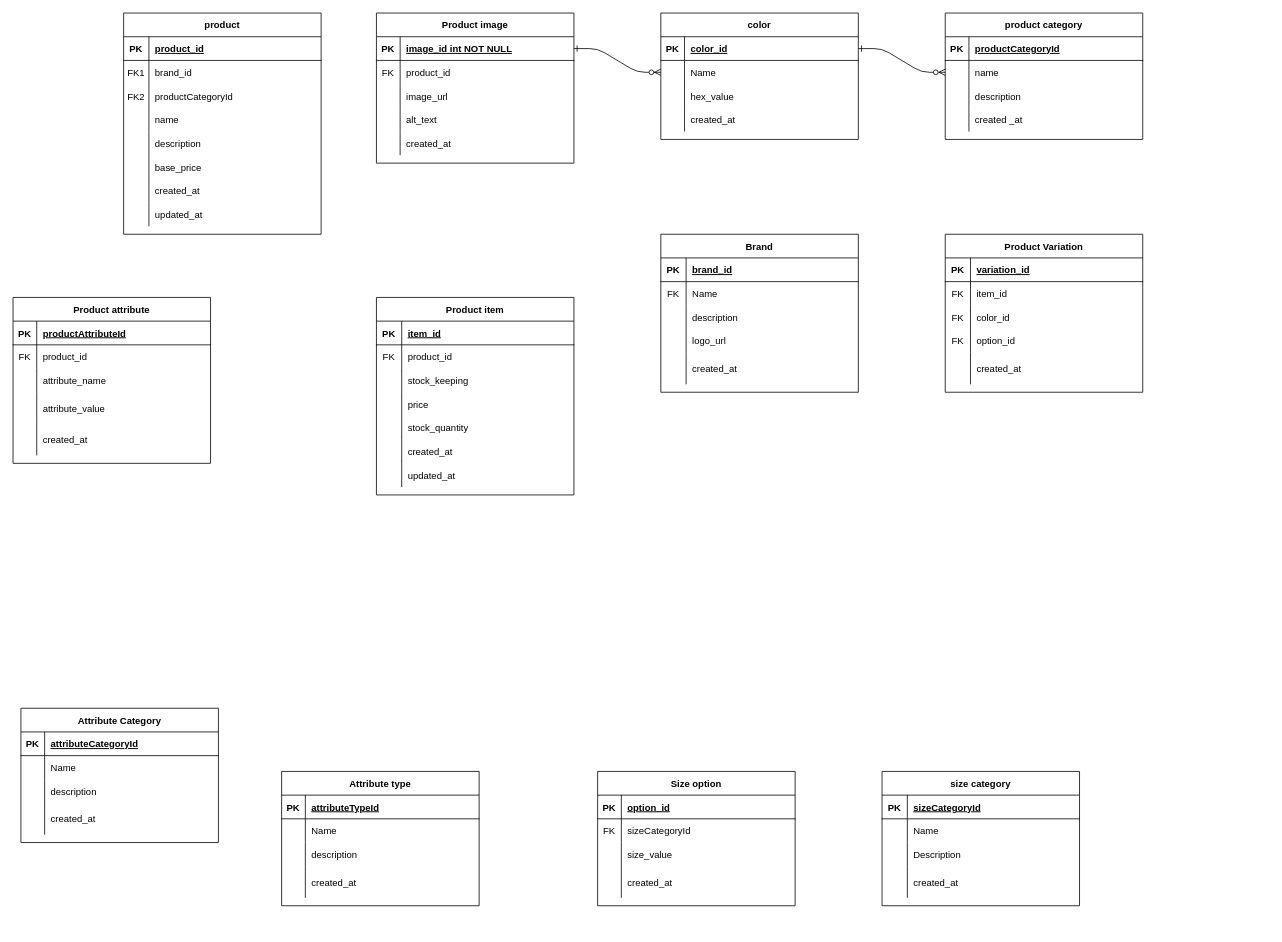
This is ERD E-Coomerce Group work.drawio from Joy-kitet/E-commerceDatabaseGroup244, a draw.io file, before an edit. Source tidied: cells renumbered, new cells numbered last; positions are measured from the earlier drawing's top-left corner, leaving out a move shared by most shapes. Both pictures are drawn from the tidied source at 79%, with x=0, y=0 at pixel (13, 13).
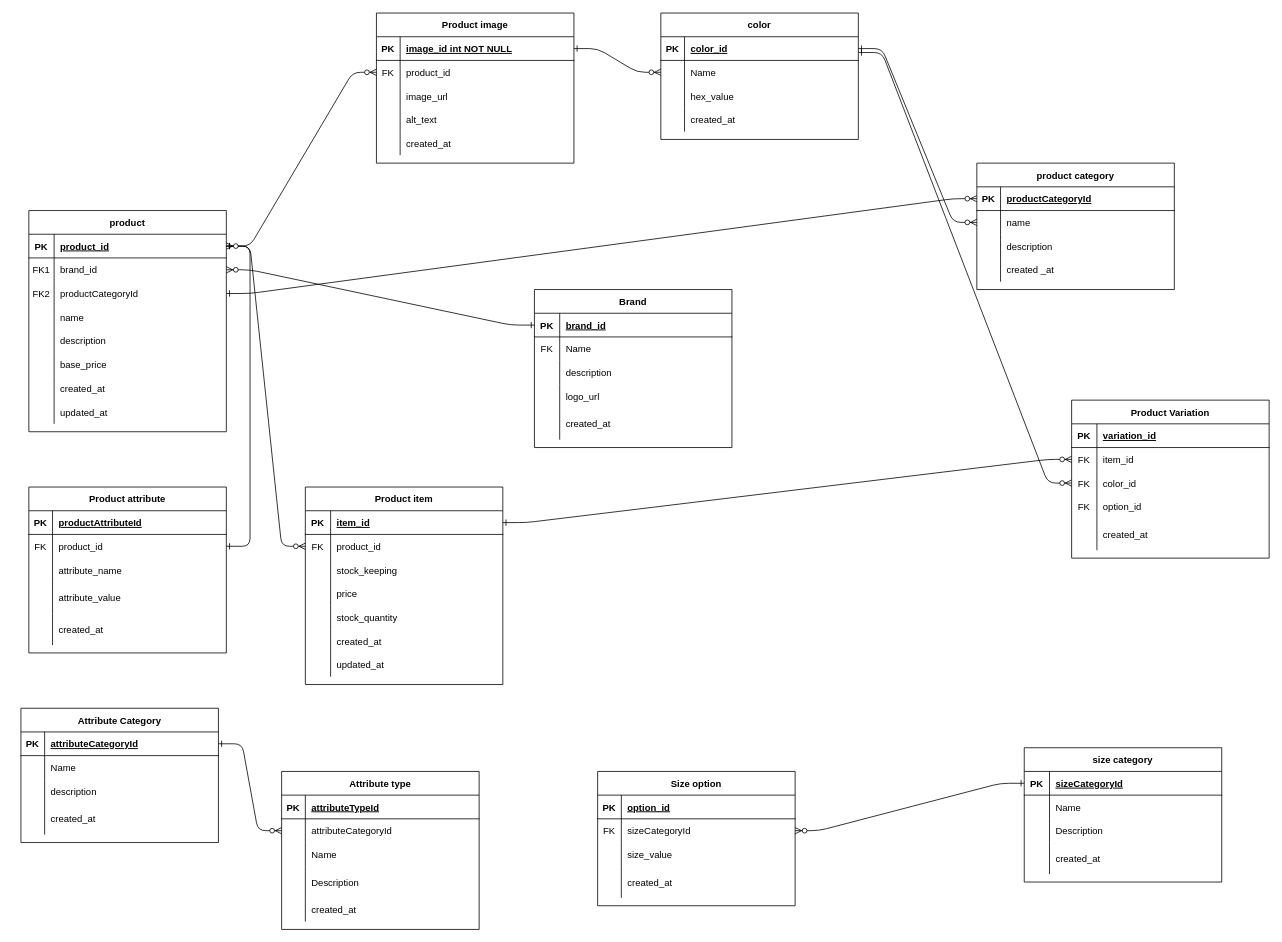
The same diagram, later.

The change refers to these unchanged cells:
```xml
<mxCell id="18" style="shape=partialRectangle;fillColor=none;points=[[0,0.5],[1,0.5]];portConstraint=eastwest;top=0;left=0;right=0;bottom=1;" parent="17" vertex="1">
  <mxGeometry y="30" width="250" height="30" as="geometry" />
</mxCell>
<mxCell id="34" style="shape=partialRectangle;fillColor=none;points=[[0,0.5],[1,0.5]];portConstraint=eastwest;top=0;left=0;right=0;bottom=0;" parent="30" vertex="1">
  <mxGeometry y="60" width="250" height="30" as="geometry" />
</mxCell>
<mxCell id="47" style="shape=partialRectangle;fillColor=none;points=[[0,0.5],[1,0.5]];portConstraint=eastwest;top=0;left=0;right=0;bottom=1;" parent="46" vertex="1">
  <mxGeometry y="30" width="250" height="30" as="geometry" />
</mxCell>
<mxCell id="50" style="shape=partialRectangle;fillColor=none;points=[[0,0.5],[1,0.5]];portConstraint=eastwest;top=0;left=0;right=0;bottom=0;" parent="46" vertex="1">
  <mxGeometry y="60" width="250" height="30" as="geometry" />
</mxCell>
<mxCell id="53" style="shape=partialRectangle;fillColor=none;points=[[0,0.5],[1,0.5]];portConstraint=eastwest;top=0;left=0;right=0;bottom=0;" parent="46" vertex="1">
  <mxGeometry y="90" width="250" height="30" as="geometry" />
</mxCell>
<mxCell id="72" style="shape=partialRectangle;fillColor=none;points=[[0,0.5],[1,0.5]];portConstraint=eastwest;top=0;left=0;right=0;bottom=1;" parent="71" vertex="1">
  <mxGeometry y="30" width="250" height="30" as="geometry" />
</mxCell>
<mxCell id="75" style="shape=partialRectangle;fillColor=none;points=[[0,0.5],[1,0.5]];portConstraint=eastwest;top=0;left=0;right=0;bottom=0;" parent="71" vertex="1">
  <mxGeometry y="60" width="250" height="30" as="geometry" />
</mxCell>
<mxCell id="94" style="shape=partialRectangle;fillColor=none;points=[[0,0.5],[1,0.5]];portConstraint=eastwest;top=0;left=0;right=0;bottom=1;" parent="93" vertex="1">
  <mxGeometry y="30" width="250" height="30" as="geometry" />
</mxCell>
<mxCell id="113" style="shape=partialRectangle;fillColor=none;points=[[0,0.5],[1,0.5]];portConstraint=eastwest;top=0;left=0;right=0;bottom=0;" parent="109" vertex="1">
  <mxGeometry y="60" width="250" height="30" as="geometry" />
</mxCell>
<mxCell id="116" style="shape=partialRectangle;fillColor=none;points=[[0,0.5],[1,0.5]];portConstraint=eastwest;top=0;left=0;right=0;bottom=0;" parent="109" vertex="1">
  <mxGeometry y="90" width="250" height="30" as="geometry" />
</mxCell>
<mxCell id="126" style="shape=partialRectangle;fillColor=none;points=[[0,0.5],[1,0.5]];portConstraint=eastwest;top=0;left=0;right=0;bottom=1;" parent="125" vertex="1">
  <mxGeometry y="30" width="250" height="30" as="geometry" />
</mxCell>
<mxCell id="142" style="shape=partialRectangle;fillColor=none;points=[[0,0.5],[1,0.5]];portConstraint=eastwest;top=0;left=0;right=0;bottom=0;" parent="138" vertex="1">
  <mxGeometry y="60" width="250" height="30" as="geometry" />
</mxCell>
<mxCell id="155" style="shape=partialRectangle;fillColor=none;points=[[0,0.5],[1,0.5]];portConstraint=eastwest;top=0;left=0;right=0;bottom=0;" parent="151" vertex="1">
  <mxGeometry y="60" width="250" height="30" as="geometry" />
</mxCell>
<mxCell id="168" style="shape=partialRectangle;fillColor=none;points=[[0,0.5],[1,0.5]];portConstraint=eastwest;top=0;left=0;right=0;bottom=1;" parent="167" vertex="1">
  <mxGeometry y="30" width="250" height="30" as="geometry" />
</mxCell>
<mxCell id="184" style="shape=partialRectangle;fillColor=none;points=[[0,0.5],[1,0.5]];portConstraint=eastwest;top=0;left=0;right=0;bottom=0;" parent="180" vertex="1">
  <mxGeometry y="60" width="250" height="30" as="geometry" />
</mxCell>
<mxCell id="187" style="shape=partialRectangle;fillColor=none;top=0;left=0;right=0;bottom=0;" parent="180" vertex="1">
  <mxGeometry y="90" width="250" height="30" as="geometry" />
</mxCell>
<mxCell id="190" style="shape=partialRectangle;fillColor=none;top=0;left=0;right=0;bottom=0;" parent="180" vertex="1">
  <mxGeometry y="120" width="250" height="40" as="geometry" />
</mxCell>
```

What changed in the source:
```diff
@@
     <mxCell id="17" value="product category" style="shape=table;startSize=30;childLayout=tableLayout;rowLines=0;fontStyle=1;align=center;" parent="1" vertex="1">
-      <mxGeometry x="1180" width="250" height="160" as="geometry" />
+      <mxGeometry x="1220" y="190" width="250" height="160" as="geometry" />
     </mxCell>
@@
     <mxCell id="46" value="product" style="shape=table;startSize=30;childLayout=tableLayout;rowLines=0;fontStyle=1;align=center;" parent="1" vertex="1">
-      <mxGeometry x="140" width="250" height="280" as="geometry" />
+      <mxGeometry x="20" y="250" width="250" height="280" as="geometry" />
     </mxCell>
@@
     <mxCell id="71" value="Product item" style="shape=table;startSize=30;childLayout=tableLayout;rowLines=0;fontStyle=1;align=center;" parent="1" vertex="1">
-      <mxGeometry x="460" y="360" width="250" height="250" as="geometry" />
+      <mxGeometry x="370" y="600" width="250" height="250" as="geometry" />
     </mxCell>
@@
     <mxCell id="93" value="Brand" style="shape=table;startSize=30;childLayout=tableLayout;rowLines=0;fontStyle=1;align=center;" parent="1" vertex="1">
-      <mxGeometry x="820" y="280" width="250" height="200" as="geometry" />
+      <mxGeometry x="660" y="350" width="250" height="200" as="geometry" />
     </mxCell>
@@
     <mxCell id="109" value="Product Variation" style="shape=table;startSize=30;childLayout=tableLayout;rowLines=0;fontStyle=1;align=center;" parent="1" vertex="1">
-      <mxGeometry x="1180" y="280" width="250" height="200" as="geometry" />
+      <mxGeometry x="1340" y="490" width="250" height="200" as="geometry" />
     </mxCell>
@@
     <mxCell id="125" value="size category" style="shape=table;startSize=30;childLayout=tableLayout;rowLines=0;fontStyle=1;align=center;" parent="1" vertex="1">
-      <mxGeometry x="1100" y="960" width="250" height="170" as="geometry" />
+      <mxGeometry x="1280" y="930" width="250" height="170" as="geometry" />
     </mxCell>
@@
     <mxCell id="151" value="Product attribute" style="shape=table;startSize=30;childLayout=tableLayout;rowLines=0;fontStyle=1;align=center;" parent="1" vertex="1">
-      <mxGeometry y="360" width="250" height="210" as="geometry" />
+      <mxGeometry x="20" y="600" width="250" height="210" as="geometry" />
     </mxCell>
@@
     <mxCell id="180" value="Attribute type" style="shape=table;startSize=30;childLayout=tableLayout;rowLines=0;fontStyle=1;align=center;" parent="1" vertex="1">
-      <mxGeometry x="340" y="960" width="250" height="170" as="geometry" />
+      <mxGeometry x="340" y="960" width="250" height="200" as="geometry" />
     </mxCell>
@@
-    <mxCell id="186" value="Name" style="shape=partialRectangle;overflow=hidden;fillColor=none;top=0;left=0;bottom=0;right=0;align=left;spacingLeft=6;" parent="184" vertex="1">
+    <mxCell id="186" value="attributeCategoryId" style="shape=partialRectangle;overflow=hidden;fillColor=none;top=0;left=0;bottom=0;right=0;align=left;spacingLeft=6;" parent="184" vertex="1">
       <mxGeometry x="30" width="220" height="30" as="geometry" />
     </mxCell>
@@
-    <mxCell id="189" value="description" style="shape=partialRectangle;overflow=hidden;fillColor=none;top=0;left=0;bottom=0;right=0;align=left;spacingLeft=6;" parent="187" vertex="1">
+    <mxCell id="189" value="Name" style="shape=partialRectangle;overflow=hidden;fillColor=none;top=0;left=0;bottom=0;right=0;align=left;spacingLeft=6;" parent="187" vertex="1">
       <mxGeometry x="30" width="220" height="30" as="geometry" />
     </mxCell>
@@
-    <mxCell id="192" value="created_at" style="shape=partialRectangle;overflow=hidden;fillColor=none;top=0;left=0;bottom=0;right=0;align=left;spacingLeft=6;" parent="190" vertex="1">
+    <mxCell id="192" value="Description" style="shape=partialRectangle;overflow=hidden;fillColor=none;top=0;left=0;bottom=0;right=0;align=left;spacingLeft=6;" parent="190" vertex="1">
       <mxGeometry x="30" width="220" height="40" as="geometry" />
     </mxCell>
+    <mxCell id="193" style="shape=partialRectangle;fillColor=none;top=0;left=0;right=0;bottom=0;" parent="180" vertex="1">
+      <mxGeometry y="160" width="250" height="30" as="geometry" />
+    </mxCell>
+    <mxCell id="194" style="shape=partialRectangle;overflow=hidden;fillColor=none;top=0;left=0;bottom=0;right=0;" parent="193" vertex="1">
+      <mxGeometry width="30" height="30" as="geometry" />
+    </mxCell>
+    <mxCell id="195" value="created_at" style="shape=partialRectangle;overflow=hidden;fillColor=none;top=0;left=0;bottom=0;right=0;align=left;spacingLeft=6;" parent="193" vertex="1">
+      <mxGeometry x="30" width="220" height="30" as="geometry" />
+    </mxCell>
+    <mxCell id="196" style="edgeStyle=entityRelationEdgeStyle;endArrow=ERzeroToMany;startArrow=ERone;endFill=1;startFill=0;entryX=0;entryY=0.5;entryDx=0;entryDy=0;" parent="1" edge="1" source="47" target="34">
+      <mxGeometry relative="1" as="geometry" />
+    </mxCell>
+    <mxCell id="197" style="edgeStyle=entityRelationEdgeStyle;endArrow=ERzeroToMany;startArrow=ERone;endFill=1;startFill=0;" parent="1" edge="1" target="116">
+      <mxGeometry relative="1" as="geometry">
+        <mxPoint x="1070" y="50" as="sourcePoint" />
+      </mxGeometry>
+    </mxCell>
+    <mxCell id="198" style="edgeStyle=entityRelationEdgeStyle;endArrow=ERzeroToMany;startArrow=ERone;endFill=1;startFill=0;" parent="1" edge="1" source="53" target="18">
+      <mxGeometry relative="1" as="geometry">
+        <Array as="points">
+          <mxPoint x="371" y="455" />
+        </Array>
+      </mxGeometry>
+    </mxCell>
+    <mxCell id="199" style="edgeStyle=entityRelationEdgeStyle;endArrow=ERzeroToMany;startArrow=ERone;endFill=1;startFill=0;" parent="1" edge="1" source="94" target="50">
+      <mxGeometry relative="1" as="geometry" />
+    </mxCell>
+    <mxCell id="200" style="edgeStyle=entityRelationEdgeStyle;endArrow=ERzeroToMany;startArrow=ERone;endFill=1;startFill=0;" parent="1" edge="1" source="47" target="75">
+      <mxGeometry relative="1" as="geometry" />
+    </mxCell>
+    <mxCell id="201" style="edgeStyle=entityRelationEdgeStyle;endArrow=ERzeroToMany;startArrow=ERone;endFill=1;startFill=0;" parent="1" edge="1" source="72" target="113">
+      <mxGeometry relative="1" as="geometry" />
+    </mxCell>
+    <mxCell id="202" style="edgeStyle=entityRelationEdgeStyle;endArrow=ERzeroToMany;startArrow=ERone;endFill=1;startFill=0;" parent="1" edge="1" source="126" target="142">
+      <mxGeometry relative="1" as="geometry" />
+    </mxCell>
+    <mxCell id="203" style="edgeStyle=entityRelationEdgeStyle;endArrow=ERzeroToMany;startArrow=ERone;endFill=1;startFill=0;entryX=1;entryY=0.5;entryDx=0;entryDy=0;" parent="1" edge="1" source="155" target="47">
+      <mxGeometry relative="1" as="geometry" />
+    </mxCell>
+    <mxCell id="204" style="edgeStyle=entityRelationEdgeStyle;endArrow=ERzeroToMany;startArrow=ERone;endFill=1;startFill=0;" parent="1" edge="1" source="168" target="184">
+      <mxGeometry relative="1" as="geometry" />
+    </mxCell>
```
